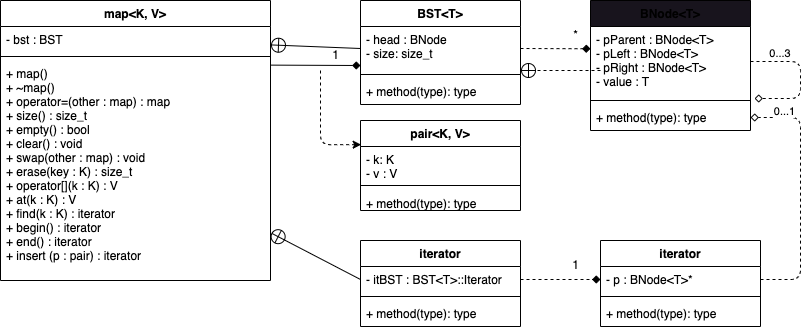
The draw.io diagram doc/class_diagram.drawio.png in MarshallMathers1313/map, before a commit. Source tidied: cells renumbered, new cells last; positions are measured from the earlier drawing's top-left corner, leaving out a move shared by most shapes.
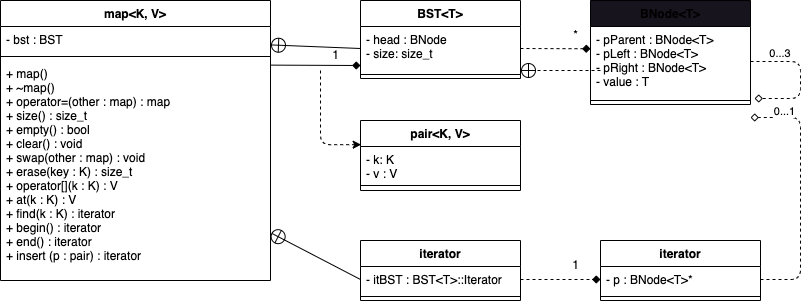
After the commit.

Commit message:
Update class diagram.

Change to the diagram source:
```diff
@@ -15,7 +15,7 @@
       <mxGeometry y="60" width="270" height="220" as="geometry" />
     </mxCell>
     <mxCell id="6" value="iterator" style="swimlane;fontStyle=1;align=center;verticalAlign=top;horizontal=1;startSize=26;" parent="1" vertex="1">
-      <mxGeometry x="360" y="240" width="160" height="86" as="geometry" />
+      <mxGeometry x="360" y="240" width="160" height="60" as="geometry" />
     </mxCell>
     <mxCell id="7" value="- itBST : BST&lt;T&gt;::Iterator" style="text;strokeColor=none;fillColor=none;align=left;verticalAlign=top;spacingLeft=4;spacingRight=4;overflow=hidden;points=[[0,0.5],[1,0.5]];portConstraint=eastwest;" parent="6" vertex="1">
       <mxGeometry y="26" width="160" height="26" as="geometry" />
@@ -23,14 +23,11 @@
     <mxCell id="8" style="line;strokeWidth=1;fillColor=none;align=left;verticalAlign=middle;spacingTop=-1;spacingLeft=3;spacingRight=3;labelPosition=right;strokeColor=inherit;" parent="6" vertex="1">
       <mxGeometry y="52" width="160" height="8" as="geometry" />
     </mxCell>
-    <mxCell id="9" value="+ method(type): type" style="text;strokeColor=none;fillColor=none;align=left;verticalAlign=top;spacingLeft=4;spacingRight=4;overflow=hidden;" parent="6" vertex="1">
-      <mxGeometry y="60" width="160" height="26" as="geometry" />
-    </mxCell>
     <mxCell id="10" style="edgeStyle=none;html=1;exitX=0;exitY=0.5;exitDx=0;exitDy=0;entryX=1.002;entryY=0.784;entryDx=0;entryDy=0;entryPerimeter=0;endArrow=circlePlus;endFill=0;" parent="1" edge="1" source="7" target="5">
       <mxGeometry relative="1" as="geometry" />
     </mxCell>
     <mxCell id="11" value="BST&lt;T&gt;" style="swimlane;fontStyle=1;align=center;verticalAlign=top;horizontal=1;startSize=26;" parent="1" vertex="1">
-      <mxGeometry x="360" width="160" height="104" as="geometry" />
+      <mxGeometry x="360" width="160" height="78" as="geometry" />
     </mxCell>
     <mxCell id="12" value="- head : BNode&#10;- size: size_t" style="text;strokeColor=none;fillColor=none;align=left;verticalAlign=top;spacingLeft=4;spacingRight=4;overflow=hidden;points=[[0,0.5],[1,0.5]];portConstraint=eastwest;" parent="11" vertex="1">
       <mxGeometry y="26" width="160" height="44" as="geometry" />
@@ -38,9 +35,6 @@
     <mxCell id="13" style="line;strokeWidth=1;fillColor=none;align=left;verticalAlign=middle;spacingTop=-1;spacingLeft=3;spacingRight=3;labelPosition=right;strokeColor=inherit;" parent="11" vertex="1">
       <mxGeometry y="70" width="160" height="8" as="geometry" />
     </mxCell>
-    <mxCell id="14" value="+ method(type): type" style="text;strokeColor=none;fillColor=none;align=left;verticalAlign=top;spacingLeft=4;spacingRight=4;overflow=hidden;" parent="11" vertex="1">
-      <mxGeometry y="78" width="160" height="26" as="geometry" />
-    </mxCell>
     <mxCell id="15" style="edgeStyle=none;html=1;exitX=0;exitY=0.5;exitDx=0;exitDy=0;endArrow=circlePlus;endFill=0;" parent="1" edge="1" source="12" target="3">
       <mxGeometry relative="1" as="geometry" />
     </mxCell>
@@ -53,7 +47,7 @@
       <mxGeometry x="320" y="40" width="30" height="30" as="geometry" />
     </mxCell>
     <mxCell id="18" value="pair&lt;K, V&gt;" style="swimlane;fontStyle=1;align=center;verticalAlign=top;horizontal=1;startSize=26;" parent="1" vertex="1">
-      <mxGeometry x="360" y="120" width="160" height="90" as="geometry" />
+      <mxGeometry x="360" y="120" width="160" height="70" as="geometry" />
     </mxCell>
     <mxCell id="19" value="- k: K&#10;- v : V" style="text;strokeColor=none;fillColor=none;align=left;verticalAlign=top;spacingLeft=4;spacingRight=4;overflow=hidden;points=[[0,0.5],[1,0.5]];portConstraint=eastwest;" parent="18" vertex="1">
       <mxGeometry y="26" width="160" height="34" as="geometry" />
@@ -61,16 +55,13 @@
     <mxCell id="20" style="line;strokeWidth=1;fillColor=none;align=left;verticalAlign=middle;spacingTop=-1;spacingLeft=3;spacingRight=3;labelPosition=right;strokeColor=inherit;" parent="18" vertex="1">
       <mxGeometry y="60" width="160" height="10" as="geometry" />
     </mxCell>
-    <mxCell id="21" value="+ method(type): type" style="text;strokeColor=none;fillColor=none;align=left;verticalAlign=top;spacingLeft=4;spacingRight=4;overflow=hidden;" parent="18" vertex="1">
-      <mxGeometry y="70" width="160" height="20" as="geometry" />
-    </mxCell>
     <mxCell id="22" style="edgeStyle=orthogonalEdgeStyle;html=1;entryX=0.004;entryY=-0.054;entryDx=0;entryDy=0;endArrow=classic;endFill=1;dashed=1;entryPerimeter=0;" parent="1" edge="1" target="19">
       <mxGeometry relative="1" as="geometry">
         <mxPoint x="320" y="70" as="sourcePoint" />
       </mxGeometry>
     </mxCell>
     <mxCell id="23" value="BNode&lt;T&gt;" style="swimlane;fontStyle=1;align=center;verticalAlign=top;horizontal=1;startSize=26;fillColor=rgb(24, 20, 29);" parent="1" vertex="1">
-      <mxGeometry x="590" width="160" height="130" as="geometry" />
+      <mxGeometry x="590" width="160" height="104" as="geometry" />
     </mxCell>
     <mxCell id="24" value="- pParent : BNode&lt;T&gt;&#10;- pLeft : BNode&lt;T&gt;&#10;- pRight : BNode&lt;T&gt;&#10;- value : T" style="text;strokeColor=none;fillColor=none;align=left;verticalAlign=top;spacingLeft=4;spacingRight=4;overflow=hidden;points=[[0,0.5],[1,0.5]];portConstraint=eastwest;" parent="23" vertex="1">
       <mxGeometry y="26" width="160" height="70" as="geometry" />
@@ -78,9 +69,6 @@
     <mxCell id="25" style="line;strokeWidth=1;fillColor=none;align=left;verticalAlign=middle;spacingTop=-1;spacingLeft=3;spacingRight=3;labelPosition=right;strokeColor=inherit;" parent="23" vertex="1">
       <mxGeometry y="96" width="160" height="8" as="geometry" />
     </mxCell>
-    <mxCell id="26" value="+ method(type): type" style="text;strokeColor=none;fillColor=none;align=left;verticalAlign=top;spacingLeft=4;spacingRight=4;overflow=hidden;points=[[0,0.5],[1,0.5]];portConstraint=eastwest;" parent="23" vertex="1">
-      <mxGeometry y="104" width="160" height="26" as="geometry" />
-    </mxCell>
     <mxCell id="27" style="edgeStyle=orthogonalEdgeStyle;html=1;exitX=1;exitY=0.5;exitDx=0;exitDy=0;dashed=1;endArrow=diamond;endFill=0;" parent="23" edge="1" source="24">
       <mxGeometry relative="1" as="geometry">
         <mxPoint x="164" y="98" as="targetPoint" />
@@ -107,7 +95,7 @@
       <mxGeometry x="560" y="20" width="30" height="30" as="geometry" />
     </mxCell>
     <mxCell id="32" value="iterator" style="swimlane;fontStyle=1;align=center;verticalAlign=top;horizontal=1;startSize=26;" parent="1" vertex="1">
-      <mxGeometry x="600" y="240" width="160" height="86" as="geometry" />
+      <mxGeometry x="600" y="240" width="160" height="60" as="geometry" />
     </mxCell>
     <mxCell id="33" value="- p : BNode&lt;T&gt;*" style="text;strokeColor=none;fillColor=none;align=left;verticalAlign=top;spacingLeft=4;spacingRight=4;overflow=hidden;points=[[0,0.5],[1,0.5]];portConstraint=eastwest;" parent="32" vertex="1">
       <mxGeometry y="26" width="160" height="26" as="geometry" />
@@ -115,17 +103,15 @@
     <mxCell id="34" style="line;strokeWidth=1;fillColor=none;align=left;verticalAlign=middle;spacingTop=-1;spacingLeft=3;spacingRight=3;labelPosition=right;strokeColor=inherit;" parent="32" vertex="1">
       <mxGeometry y="52" width="160" height="8" as="geometry" />
     </mxCell>
-    <mxCell id="35" value="+ method(type): type" style="text;strokeColor=none;fillColor=none;align=left;verticalAlign=top;spacingLeft=4;spacingRight=4;overflow=hidden;" parent="32" vertex="1">
-      <mxGeometry y="60" width="160" height="26" as="geometry" />
-    </mxCell>
     <mxCell id="36" style="edgeStyle=orthogonalEdgeStyle;html=1;exitX=1;exitY=0.5;exitDx=0;exitDy=0;entryX=0;entryY=0.5;entryDx=0;entryDy=0;dashed=1;endArrow=diamond;endFill=1;" parent="1" edge="1" source="7" target="33">
       <mxGeometry relative="1" as="geometry" />
     </mxCell>
     <mxCell id="37" value="1" style="text;html=1;align=center;verticalAlign=middle;strokeColor=none;fillColor=none;" parent="1" vertex="1">
       <mxGeometry x="560" y="250" width="30" height="30" as="geometry" />
     </mxCell>
-    <mxCell id="38" style="edgeStyle=orthogonalEdgeStyle;html=1;exitX=1;exitY=0.5;exitDx=0;exitDy=0;entryX=1;entryY=0.5;entryDx=0;entryDy=0;dashed=1;endArrow=diamond;endFill=0;" parent="1" edge="1" source="33" target="26">
+    <mxCell id="38" style="edgeStyle=orthogonalEdgeStyle;html=1;exitX=1;exitY=0.5;exitDx=0;exitDy=0;entryX=1;entryY=0.5;entryDx=0;entryDy=0;dashed=1;endArrow=diamond;endFill=0;" parent="1" edge="1" source="33">
       <mxGeometry relative="1" as="geometry">
+        <mxPoint x="750" y="117" as="targetPoint" />
         <Array as="points">
           <mxPoint x="800" y="279" />
           <mxPoint x="800" y="117" />
```
